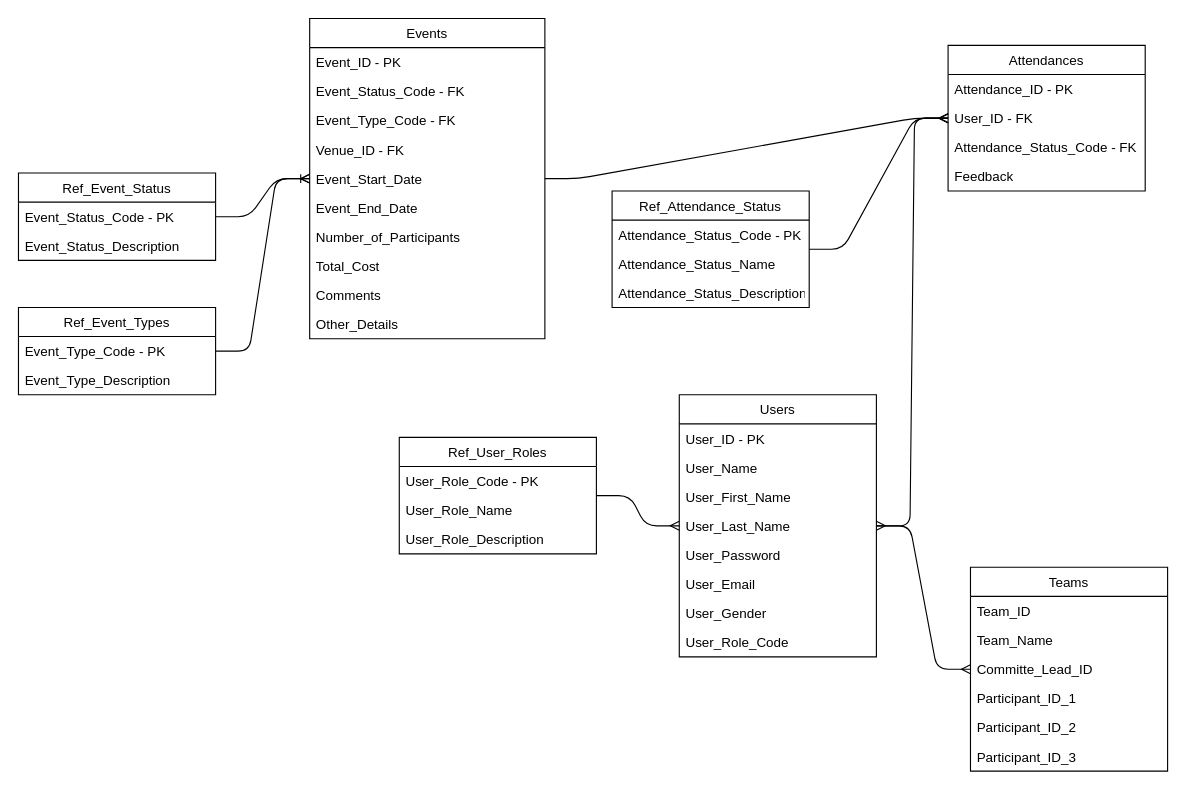
Before: page "ERD - Simplify" (4 of 9) of Documentation/DellEvent.drawio in frostyseb/ITDP, a draw.io diagram. Source tidied: cells renumbered, new cells numbered last; positions are measured from the earlier drawing's top-left corner, leaving out a move shared by most shapes. Both pictures are drawn from the tidied source at 112%, with x=0, y=0 at pixel (18, 18).
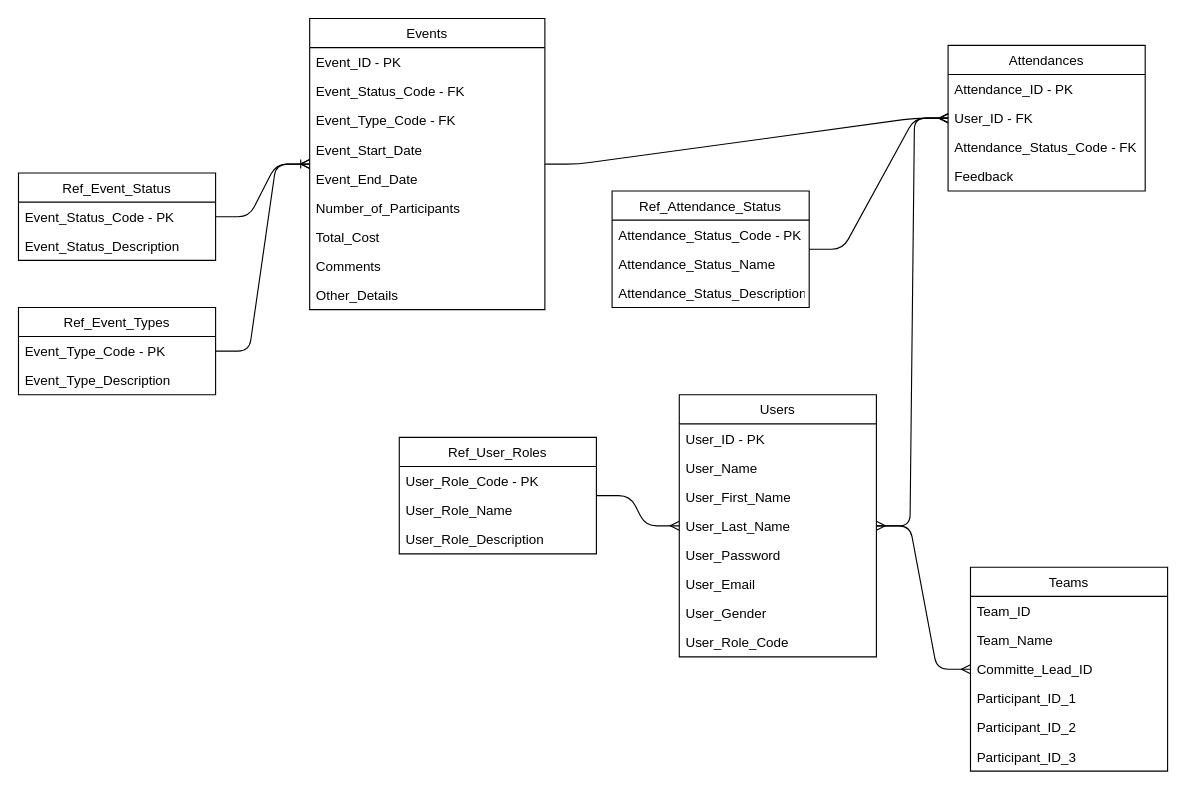
After the change.

The edit, as a diff of the source:
```diff
@@
     <mxCell id="2" value="Events" style="swimlane;fontStyle=0;horizontal=1;startSize=26;fillColor=none;" parent="1" vertex="1">
-      <mxGeometry x="260" width="210" height="286" as="geometry" />
+      <mxGeometry x="260" width="210" height="260" as="geometry" />
     </mxCell>
@@
-    <mxCell id="6" value="Venue_ID - FK" style="text;strokeColor=none;fillColor=none;align=left;verticalAlign=top;spacingLeft=4;spacingRight=4;overflow=hidden;" parent="2" vertex="1">
-      <mxGeometry y="104" width="210" height="26" as="geometry" />
-    </mxCell>
     <mxCell id="7" value="Event_Start_Date" style="text;strokeColor=none;fillColor=none;align=left;verticalAlign=top;spacingLeft=4;spacingRight=4;overflow=hidden;" parent="2" vertex="1">
-      <mxGeometry y="130" width="210" height="26" as="geometry" />
+      <mxGeometry y="104" width="210" height="26" as="geometry" />
     </mxCell>
     <mxCell id="8" value="Event_End_Date" style="text;strokeColor=none;fillColor=none;align=left;verticalAlign=top;spacingLeft=4;spacingRight=4;overflow=hidden;" parent="2" vertex="1">
-      <mxGeometry y="156" width="210" height="26" as="geometry" />
+      <mxGeometry y="130" width="210" height="26" as="geometry" />
     </mxCell>
     <mxCell id="9" value="Number_of_Participants" style="text;strokeColor=none;fillColor=none;align=left;verticalAlign=top;spacingLeft=4;spacingRight=4;overflow=hidden;" parent="2" vertex="1">
-      <mxGeometry y="182" width="210" height="26" as="geometry" />
+      <mxGeometry y="156" width="210" height="26" as="geometry" />
     </mxCell>
     <mxCell id="10" value="Total_Cost" style="text;strokeColor=none;fillColor=none;align=left;verticalAlign=top;spacingLeft=4;spacingRight=4;overflow=hidden;" parent="2" vertex="1">
-      <mxGeometry y="208" width="210" height="26" as="geometry" />
+      <mxGeometry y="182" width="210" height="26" as="geometry" />
     </mxCell>
     <mxCell id="11" value="Comments" style="text;strokeColor=none;fillColor=none;align=left;verticalAlign=top;spacingLeft=4;spacingRight=4;overflow=hidden;" parent="2" vertex="1">
-      <mxGeometry y="234" width="210" height="26" as="geometry" />
+      <mxGeometry y="208" width="210" height="26" as="geometry" />
     </mxCell>
     <mxCell id="12" value="Other_Details" style="text;strokeColor=none;fillColor=none;align=left;verticalAlign=top;spacingLeft=4;spacingRight=4;overflow=hidden;" parent="2" vertex="1">
-      <mxGeometry y="260" width="210" height="26" as="geometry" />
+      <mxGeometry y="234" width="210" height="26" as="geometry" />
     </mxCell>
```
